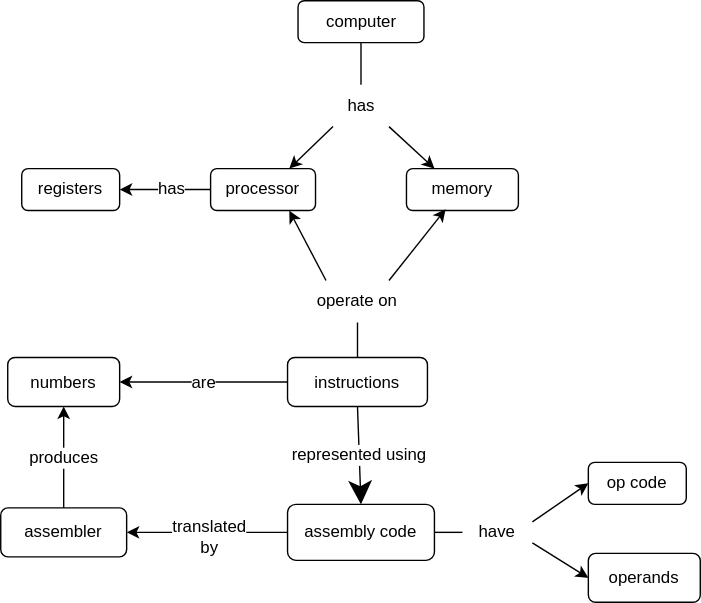
The draw.io diagram src/vm/concept_map.svg in gvwilson/sdxpy, before a commit. Source tidied: cells renumbered, new cells last; positions are measured from the earlier drawing's top-left corner, leaving out a move shared by most shapes.
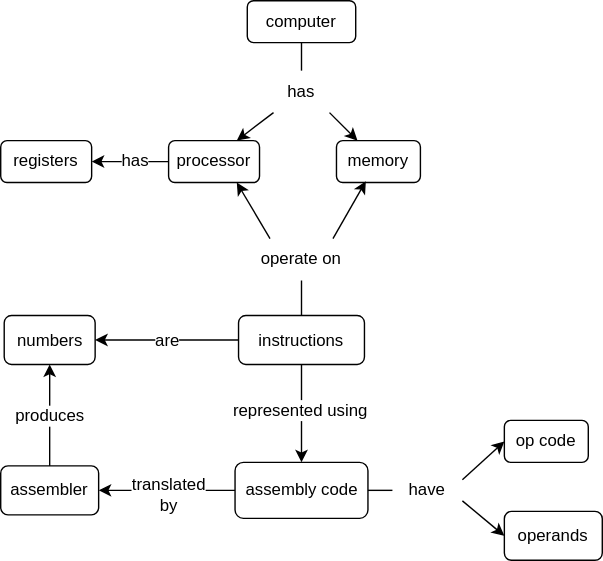
Later version of the same file.

What changed in the source:
```diff
@@ -2,92 +2,95 @@
   <root>
     <mxCell id="0" />
     <mxCell id="1" parent="0" />
-    <mxCell id="2" value="&lt;font style=&quot;font-size: 12px;&quot;&gt;processor&lt;/font&gt;" style="rounded=1;whiteSpace=wrap;html=1;sketch=0;hachureGap=4;fontFamily=Verdana;fontSize=12;fillColor=none;verticalAlign=middle;" parent="1" vertex="1">
-      <mxGeometry x="150" y="120" width="75" height="30" as="geometry" />
+    <mxCell id="2" value="&lt;font style=&quot;font-size: 12px;&quot;&gt;processor&lt;/font&gt;" style="rounded=1;whiteSpace=wrap;html=1;sketch=0;hachureGap=4;fontFamily=Helvetica;fontSize=12;fillColor=none;verticalAlign=middle;" parent="1" vertex="1">
+      <mxGeometry x="110" y="90" width="65" height="30" as="geometry" />
     </mxCell>
-    <mxCell id="3" value="&lt;font style=&quot;font-size: 12px;&quot;&gt;instructions&lt;/font&gt;" style="rounded=1;whiteSpace=wrap;html=1;sketch=0;hachureGap=4;fontFamily=Verdana;fontSize=12;fillColor=none;verticalAlign=middle;" parent="1" vertex="1">
-      <mxGeometry x="205" y="255" width="100" height="35" as="geometry" />
+    <mxCell id="3" value="&lt;font style=&quot;font-size: 12px;&quot;&gt;instructions&lt;/font&gt;" style="rounded=1;whiteSpace=wrap;html=1;sketch=0;hachureGap=4;fontFamily=Helvetica;fontSize=12;fillColor=none;verticalAlign=middle;" parent="1" vertex="1">
+      <mxGeometry x="160" y="215" width="90" height="35" as="geometry" />
     </mxCell>
-    <mxCell id="4" value="&lt;font style=&quot;font-size: 12px;&quot;&gt;numbers&lt;/font&gt;" style="rounded=1;whiteSpace=wrap;html=1;sketch=0;hachureGap=4;fontFamily=Verdana;fontSize=12;fillColor=none;verticalAlign=middle;" parent="1" vertex="1">
-      <mxGeometry x="5" y="255" width="80" height="35" as="geometry" />
+    <mxCell id="4" value="&lt;font style=&quot;font-size: 12px;&quot;&gt;numbers&lt;/font&gt;" style="rounded=1;whiteSpace=wrap;html=1;sketch=0;hachureGap=4;fontFamily=Helvetica;fontSize=12;fillColor=none;verticalAlign=middle;" parent="1" vertex="1">
+      <mxGeometry x="-7.5" y="215" width="65" height="35" as="geometry" />
     </mxCell>
-    <mxCell id="5" value="&lt;font style=&quot;font-size: 12px;&quot;&gt;assembly code&lt;/font&gt;" style="rounded=1;whiteSpace=wrap;html=1;sketch=0;hachureGap=4;fontFamily=Verdana;fontSize=12;fillColor=none;verticalAlign=middle;" parent="1" vertex="1">
-      <mxGeometry x="205" y="360" width="105" height="40" as="geometry" />
+    <mxCell id="5" value="&lt;font style=&quot;font-size: 12px;&quot;&gt;assembly code&lt;/font&gt;" style="rounded=1;whiteSpace=wrap;html=1;sketch=0;hachureGap=4;fontFamily=Helvetica;fontSize=12;fillColor=none;verticalAlign=middle;" parent="1" vertex="1">
+      <mxGeometry x="157.5" y="320" width="95" height="40" as="geometry" />
     </mxCell>
-    <mxCell id="6" value="&lt;font style=&quot;font-size: 12px;&quot;&gt;computer&lt;/font&gt;" style="rounded=1;whiteSpace=wrap;html=1;sketch=0;hachureGap=4;fontFamily=Verdana;fontSize=12;fillColor=none;verticalAlign=middle;" parent="1" vertex="1">
-      <mxGeometry x="212.5" width="90" height="30" as="geometry" />
+    <mxCell id="6" value="&lt;font style=&quot;font-size: 12px;&quot;&gt;computer&lt;/font&gt;" style="rounded=1;whiteSpace=wrap;html=1;sketch=0;hachureGap=4;fontFamily=Helvetica;fontSize=12;fillColor=none;verticalAlign=middle;" parent="1" vertex="1">
+      <mxGeometry x="166.2" y="-10" width="77.5" height="30" as="geometry" />
     </mxCell>
-    <mxCell id="7" value="&lt;font style=&quot;font-size: 12px;&quot;&gt;registers&lt;/font&gt;" style="rounded=1;whiteSpace=wrap;html=1;sketch=0;hachureGap=4;fontFamily=Verdana;fontSize=12;fillColor=none;verticalAlign=middle;" parent="1" vertex="1">
-      <mxGeometry x="15" y="120" width="70" height="30" as="geometry" />
+    <mxCell id="7" value="&lt;font style=&quot;font-size: 12px;&quot;&gt;registers&lt;/font&gt;" style="rounded=1;whiteSpace=wrap;html=1;sketch=0;hachureGap=4;fontFamily=Helvetica;fontSize=12;fillColor=none;verticalAlign=middle;" parent="1" vertex="1">
+      <mxGeometry x="-10" y="90" width="65" height="30" as="geometry" />
     </mxCell>
-    <mxCell id="8" value="&lt;font style=&quot;font-size: 12px;&quot;&gt;memory&lt;/font&gt;" style="rounded=1;whiteSpace=wrap;html=1;sketch=0;hachureGap=4;fontFamily=Verdana;fontSize=12;fillColor=none;verticalAlign=middle;" parent="1" vertex="1">
-      <mxGeometry x="290" y="120" width="80" height="30" as="geometry" />
+    <mxCell id="8" value="&lt;font style=&quot;font-size: 12px;&quot;&gt;memory&lt;/font&gt;" style="rounded=1;whiteSpace=wrap;html=1;sketch=0;hachureGap=4;fontFamily=Helvetica;fontSize=12;fillColor=none;verticalAlign=middle;" parent="1" vertex="1">
+      <mxGeometry x="230" y="90" width="60" height="30" as="geometry" />
     </mxCell>
-    <mxCell id="9" value="&lt;font style=&quot;font-size: 12px;&quot;&gt;op code&lt;/font&gt;" style="rounded=1;whiteSpace=wrap;html=1;sketch=0;hachureGap=4;fontFamily=Verdana;fontSize=12;fillColor=none;verticalAlign=middle;" parent="1" vertex="1">
-      <mxGeometry x="420" y="330" width="70" height="30" as="geometry" />
+    <mxCell id="9" value="&lt;font style=&quot;font-size: 12px;&quot;&gt;op code&lt;/font&gt;" style="rounded=1;whiteSpace=wrap;html=1;sketch=0;hachureGap=4;fontFamily=Helvetica;fontSize=12;fillColor=none;verticalAlign=middle;" parent="1" vertex="1">
+      <mxGeometry x="350" y="290" width="60" height="30" as="geometry" />
     </mxCell>
-    <mxCell id="10" value="&lt;font style=&quot;font-size: 12px;&quot;&gt;operands&lt;/font&gt;" style="rounded=1;whiteSpace=wrap;html=1;sketch=0;hachureGap=4;fontFamily=Verdana;fontSize=12;fillColor=none;verticalAlign=middle;" parent="1" vertex="1">
-      <mxGeometry x="420" y="395" width="80" height="35" as="geometry" />
+    <mxCell id="10" value="&lt;font style=&quot;font-size: 12px;&quot;&gt;operands&lt;/font&gt;" style="rounded=1;whiteSpace=wrap;html=1;sketch=0;hachureGap=4;fontFamily=Helvetica;fontSize=12;fillColor=none;verticalAlign=middle;" parent="1" vertex="1">
+      <mxGeometry x="350" y="355" width="70" height="35" as="geometry" />
     </mxCell>
-    <mxCell id="11" value="&lt;font style=&quot;font-size: 12px;&quot;&gt;assembler&lt;/font&gt;" style="rounded=1;whiteSpace=wrap;html=1;sketch=0;hachureGap=4;fontFamily=Verdana;fontSize=12;fillColor=none;verticalAlign=middle;" parent="1" vertex="1">
-      <mxGeometry y="362.5" width="90" height="35" as="geometry" />
+    <mxCell id="11" value="&lt;font style=&quot;font-size: 12px;&quot;&gt;assembler&lt;/font&gt;" style="rounded=1;whiteSpace=wrap;html=1;sketch=0;hachureGap=4;fontFamily=Helvetica;fontSize=12;fillColor=none;verticalAlign=middle;" parent="1" vertex="1">
+      <mxGeometry x="-10" y="322.5" width="70" height="35" as="geometry" />
     </mxCell>
-    <mxCell id="12" value="has" style="text;html=1;strokeColor=none;fillColor=none;align=center;verticalAlign=middle;whiteSpace=wrap;rounded=0;sketch=0;hachureGap=4;fontFamily=Verdana;fontSize=12;" parent="1" vertex="1">
-      <mxGeometry x="237.5" y="60" width="40" height="30" as="geometry" />
+    <mxCell id="12" value="has" style="text;html=1;strokeColor=none;fillColor=none;align=center;verticalAlign=middle;whiteSpace=wrap;rounded=0;sketch=0;hachureGap=4;fontFamily=Helvetica;fontSize=12;" parent="1" vertex="1">
+      <mxGeometry x="185" y="40" width="40" height="30" as="geometry" />
     </mxCell>
-    <mxCell id="13" style="endArrow=none;html=1;rounded=1;sketch=0;hachureGap=4;fontFamily=Verdana;fontSize=12;startSize=14;endSize=14;sourcePerimeterSpacing=8;targetPerimeterSpacing=8;curved=1;entryX=0.5;entryY=1;entryDx=0;entryDy=0;exitX=0.5;exitY=0;exitDx=0;exitDy=0;" parent="1" edge="1" source="12" target="6">
+    <mxCell id="13" style="endArrow=none;html=1;rounded=1;sketch=0;hachureGap=4;fontFamily=Helvetica;fontSize=12;startSize=14;endSize=14;sourcePerimeterSpacing=8;targetPerimeterSpacing=8;curved=1;entryX=0.5;entryY=1;entryDx=0;entryDy=0;exitX=0.5;exitY=0;exitDx=0;exitDy=0;" parent="1" edge="1" source="12" target="6">
       <mxGeometry relative="1" as="geometry" />
     </mxCell>
-    <mxCell id="14" value="operate on" style="text;html=1;strokeColor=none;fillColor=none;align=center;verticalAlign=middle;whiteSpace=wrap;rounded=0;sketch=0;hachureGap=4;fontFamily=Verdana;fontSize=12;" parent="1" vertex="1">
-      <mxGeometry x="210" y="200" width="90" height="30" as="geometry" />
+    <mxCell id="14" value="operate on" style="text;html=1;strokeColor=none;fillColor=none;align=center;verticalAlign=middle;whiteSpace=wrap;rounded=0;sketch=0;hachureGap=4;fontFamily=Helvetica;fontSize=12;" parent="1" vertex="1">
+      <mxGeometry x="160" y="160" width="90" height="30" as="geometry" />
     </mxCell>
-    <mxCell id="15" style="endArrow=none;html=1;rounded=1;sketch=0;hachureGap=4;fontFamily=Verdana;fontSize=12;startSize=14;endSize=14;sourcePerimeterSpacing=8;targetPerimeterSpacing=8;curved=1;exitX=0.5;exitY=0;exitDx=0;exitDy=0;entryX=0.5;entryY=1;entryDx=0;entryDy=0;" parent="1" edge="1" source="3" target="14">
+    <mxCell id="15" style="endArrow=none;html=1;rounded=1;sketch=0;hachureGap=4;fontFamily=Helvetica;fontSize=12;startSize=14;endSize=14;sourcePerimeterSpacing=8;targetPerimeterSpacing=8;curved=1;exitX=0.5;exitY=0;exitDx=0;exitDy=0;entryX=0.5;entryY=1;entryDx=0;entryDy=0;" parent="1" edge="1" source="3" target="14">
       <mxGeometry relative="1" as="geometry" />
     </mxCell>
-    <mxCell id="16" value="represented using" style="endArrow=classic;html=1;rounded=1;sketch=0;hachureGap=4;fontFamily=Verdana;fontSize=12;startSize=14;endSize=14;sourcePerimeterSpacing=8;targetPerimeterSpacing=8;curved=1;entryX=0.5;entryY=0;entryDx=0;entryDy=0;exitX=0.5;exitY=1;exitDx=0;exitDy=0;" parent="1" edge="1" source="3" target="5">
-      <mxGeometry relative="1" as="geometry" />
-    </mxCell>
-    <mxCell id="17" value="have" style="text;html=1;strokeColor=none;fillColor=none;align=center;verticalAlign=middle;whiteSpace=wrap;rounded=0;sketch=0;hachureGap=4;fontFamily=Verdana;fontSize=12;" parent="1" vertex="1">
-      <mxGeometry x="330" y="365" width="50" height="30" as="geometry" />
+    <mxCell id="17" value="have" style="text;html=1;strokeColor=none;fillColor=none;align=center;verticalAlign=middle;whiteSpace=wrap;rounded=0;sketch=0;hachureGap=4;fontFamily=Helvetica;fontSize=12;" parent="1" vertex="1">
+      <mxGeometry x="270" y="325" width="50" height="30" as="geometry" />
     </mxCell>
-    <mxCell id="18" style="endArrow=none;html=1;rounded=1;sketch=0;hachureGap=4;fontFamily=Verdana;fontSize=12;startSize=14;endSize=14;sourcePerimeterSpacing=8;targetPerimeterSpacing=8;curved=1;entryX=0;entryY=0.5;entryDx=0;entryDy=0;exitX=1;exitY=0.5;exitDx=0;exitDy=0;" parent="1" edge="1" source="5" target="17">
+    <mxCell id="18" style="endArrow=none;html=1;rounded=1;sketch=0;hachureGap=4;fontFamily=Helvetica;fontSize=12;startSize=14;endSize=14;sourcePerimeterSpacing=8;targetPerimeterSpacing=8;curved=1;entryX=0;entryY=0.5;entryDx=0;entryDy=0;exitX=1;exitY=0.5;exitDx=0;exitDy=0;" parent="1" edge="1" source="5" target="17">
       <mxGeometry relative="1" as="geometry" />
     </mxCell>
-    <mxCell id="19" style="endArrow=classic;html=1;rounded=0;sketch=0;fontFamily=Verdana;entryX=0.75;entryY=0;entryDx=0;entryDy=0;exitX=0;exitY=1;exitDx=0;exitDy=0;fontSize=12;" parent="1" edge="1" source="12" target="2">
+    <mxCell id="19" style="endArrow=classic;html=1;rounded=0;sketch=0;fontFamily=Helvetica;entryX=0.75;entryY=0;entryDx=0;entryDy=0;exitX=0;exitY=1;exitDx=0;exitDy=0;fontSize=12;" parent="1" edge="1" source="12" target="2">
       <mxGeometry relative="1" as="geometry" />
     </mxCell>
-    <mxCell id="20" style="endArrow=classic;html=1;rounded=0;sketch=0;fontFamily=Verdana;entryX=0.25;entryY=0;entryDx=0;entryDy=0;exitX=1;exitY=1;exitDx=0;exitDy=0;fontSize=12;" parent="1" edge="1" source="12" target="8">
+    <mxCell id="20" style="endArrow=classic;html=1;rounded=0;sketch=0;fontFamily=Helvetica;entryX=0.25;entryY=0;entryDx=0;entryDy=0;exitX=1;exitY=1;exitDx=0;exitDy=0;fontSize=12;" parent="1" edge="1" source="12" target="8">
       <mxGeometry relative="1" as="geometry" />
     </mxCell>
-    <mxCell id="21" style="endArrow=classic;html=1;rounded=0;sketch=0;fontFamily=Verdana;entryX=1;entryY=0.5;entryDx=0;entryDy=0;exitX=0;exitY=0.5;exitDx=0;exitDy=0;fontSize=12;" parent="1" edge="1" source="2" target="7">
+    <mxCell id="21" style="endArrow=classic;html=1;rounded=0;sketch=0;fontFamily=Helvetica;entryX=1;entryY=0.5;entryDx=0;entryDy=0;exitX=0;exitY=0.5;exitDx=0;exitDy=0;fontSize=12;" parent="1" edge="1" source="2" target="7">
       <mxGeometry relative="1" as="geometry" />
     </mxCell>
-    <mxCell id="22" value="has" style="edgeLabel;html=1;align=center;verticalAlign=middle;fontSize=12;fontFamily=Verdana;" parent="21" vertex="1">
+    <mxCell id="22" value="has" style="edgeLabel;html=1;align=center;verticalAlign=middle;fontSize=12;fontFamily=Helvetica;" parent="21" vertex="1">
       <mxGeometry x="-0.1" y="-1" relative="1" as="geometry" />
     </mxCell>
-    <mxCell id="23" style="endArrow=classic;html=1;rounded=0;sketch=0;fontFamily=Verdana;fontSize=12;entryX=0.35;entryY=0.967;entryDx=0;entryDy=0;entryPerimeter=0;exitX=0.75;exitY=0;exitDx=0;exitDy=0;" parent="1" edge="1" source="14" target="8">
+    <mxCell id="23" style="endArrow=classic;html=1;rounded=0;sketch=0;fontFamily=Helvetica;fontSize=12;entryX=0.35;entryY=0.967;entryDx=0;entryDy=0;entryPerimeter=0;exitX=0.75;exitY=0;exitDx=0;exitDy=0;" parent="1" edge="1" source="14" target="8">
       <mxGeometry relative="1" as="geometry" />
     </mxCell>
-    <mxCell id="24" style="endArrow=classic;html=1;rounded=0;sketch=0;fontFamily=Verdana;fontSize=12;entryX=0.75;entryY=1;entryDx=0;entryDy=0;exitX=0.25;exitY=0;exitDx=0;exitDy=0;" parent="1" edge="1" source="14" target="2">
+    <mxCell id="24" style="endArrow=classic;html=1;rounded=0;sketch=0;fontFamily=Helvetica;fontSize=12;entryX=0.75;entryY=1;entryDx=0;entryDy=0;exitX=0.25;exitY=0;exitDx=0;exitDy=0;" parent="1" edge="1" source="14" target="2">
       <mxGeometry relative="1" as="geometry" />
     </mxCell>
-    <mxCell id="25" value="are" style="endArrow=classic;html=1;rounded=0;sketch=0;fontFamily=Verdana;fontSize=12;entryX=1;entryY=0.5;entryDx=0;entryDy=0;exitX=0;exitY=0.5;exitDx=0;exitDy=0;" parent="1" edge="1" source="3" target="4">
+    <mxCell id="25" value="are" style="endArrow=classic;html=1;rounded=0;sketch=0;fontFamily=Helvetica;fontSize=12;entryX=1;entryY=0.5;entryDx=0;entryDy=0;exitX=0;exitY=0.5;exitDx=0;exitDy=0;" parent="1" edge="1" source="3" target="4">
       <mxGeometry relative="1" as="geometry" />
     </mxCell>
-    <mxCell id="26" value="produces" style="endArrow=classic;html=1;rounded=0;sketch=0;fontFamily=Verdana;fontSize=12;entryX=0.5;entryY=1;entryDx=0;entryDy=0;exitX=0.5;exitY=0;exitDx=0;exitDy=0;" parent="1" edge="1" source="11" target="4">
+    <mxCell id="26" value="produces" style="endArrow=classic;html=1;rounded=0;sketch=0;fontFamily=Helvetica;fontSize=12;entryX=0.5;entryY=1;entryDx=0;entryDy=0;exitX=0.5;exitY=0;exitDx=0;exitDy=0;" parent="1" edge="1" source="11" target="4">
       <mxGeometry relative="1" as="geometry" />
     </mxCell>
-    <mxCell id="27" style="endArrow=classic;html=1;rounded=0;sketch=0;fontFamily=Verdana;fontSize=12;entryX=1;entryY=0.5;entryDx=0;entryDy=0;exitX=0;exitY=0.5;exitDx=0;exitDy=0;" parent="1" edge="1" source="5" target="11">
+    <mxCell id="27" style="endArrow=classic;html=1;rounded=0;sketch=0;fontFamily=Helvetica;fontSize=12;entryX=1;entryY=0.5;entryDx=0;entryDy=0;exitX=0;exitY=0.5;exitDx=0;exitDy=0;" parent="1" edge="1" source="5" target="11">
       <mxGeometry relative="1" as="geometry" />
     </mxCell>
-    <mxCell id="28" value="translated&lt;br&gt;by" style="edgeLabel;html=1;align=center;verticalAlign=middle;fontSize=12;fontFamily=Verdana;" parent="27" vertex="1">
+    <mxCell id="28" value="translated&lt;br style=&quot;font-size: 12px;&quot;&gt;by" style="edgeLabel;html=1;align=center;verticalAlign=middle;fontSize=12;fontFamily=Helvetica;" parent="27" vertex="1">
       <mxGeometry x="-0.01" y="2" relative="1" as="geometry" />
     </mxCell>
-    <mxCell id="29" style="endArrow=classic;html=1;rounded=0;sketch=0;fontFamily=Verdana;fontSize=12;entryX=0;entryY=0.5;entryDx=0;entryDy=0;exitX=1;exitY=0.75;exitDx=0;exitDy=0;" parent="1" edge="1" source="17" target="10">
+    <mxCell id="29" style="endArrow=classic;html=1;rounded=0;sketch=0;fontFamily=Helvetica;fontSize=12;entryX=0;entryY=0.5;entryDx=0;entryDy=0;exitX=1;exitY=0.75;exitDx=0;exitDy=0;" parent="1" edge="1" source="17" target="10">
       <mxGeometry relative="1" as="geometry" />
     </mxCell>
-    <mxCell id="30" style="endArrow=classic;html=1;rounded=0;sketch=0;fontFamily=Verdana;fontSize=12;exitX=1;exitY=0.25;exitDx=0;exitDy=0;entryX=0;entryY=0.5;entryDx=0;entryDy=0;" parent="1" edge="1" source="17" target="9">
+    <mxCell id="30" style="endArrow=classic;html=1;rounded=0;sketch=0;fontFamily=Helvetica;fontSize=12;exitX=1;exitY=0.25;exitDx=0;exitDy=0;entryX=0;entryY=0.5;entryDx=0;entryDy=0;" parent="1" edge="1" source="17" target="9">
       <mxGeometry relative="1" as="geometry" />
     </mxCell>
+    <mxCell id="31" style="endArrow=classic;html=1;rounded=0;exitX=0.5;exitY=1;exitDx=0;exitDy=0;entryX=0.5;entryY=0;entryDx=0;entryDy=0;" parent="1" edge="1" source="3" target="5">
+      <mxGeometry relative="1" as="geometry" />
+    </mxCell>
+    <mxCell id="16" value="&lt;font style=&quot;font-size: 12px;&quot;&gt;represented using&lt;/font&gt;" style="edgeLabel;html=1;align=center;verticalAlign=middle;" parent="31" vertex="1">
+      <mxGeometry x="-0.09" y="-2" relative="1" as="geometry" />
+    </mxCell>
   </root>
 </mxGraphModel>
```
